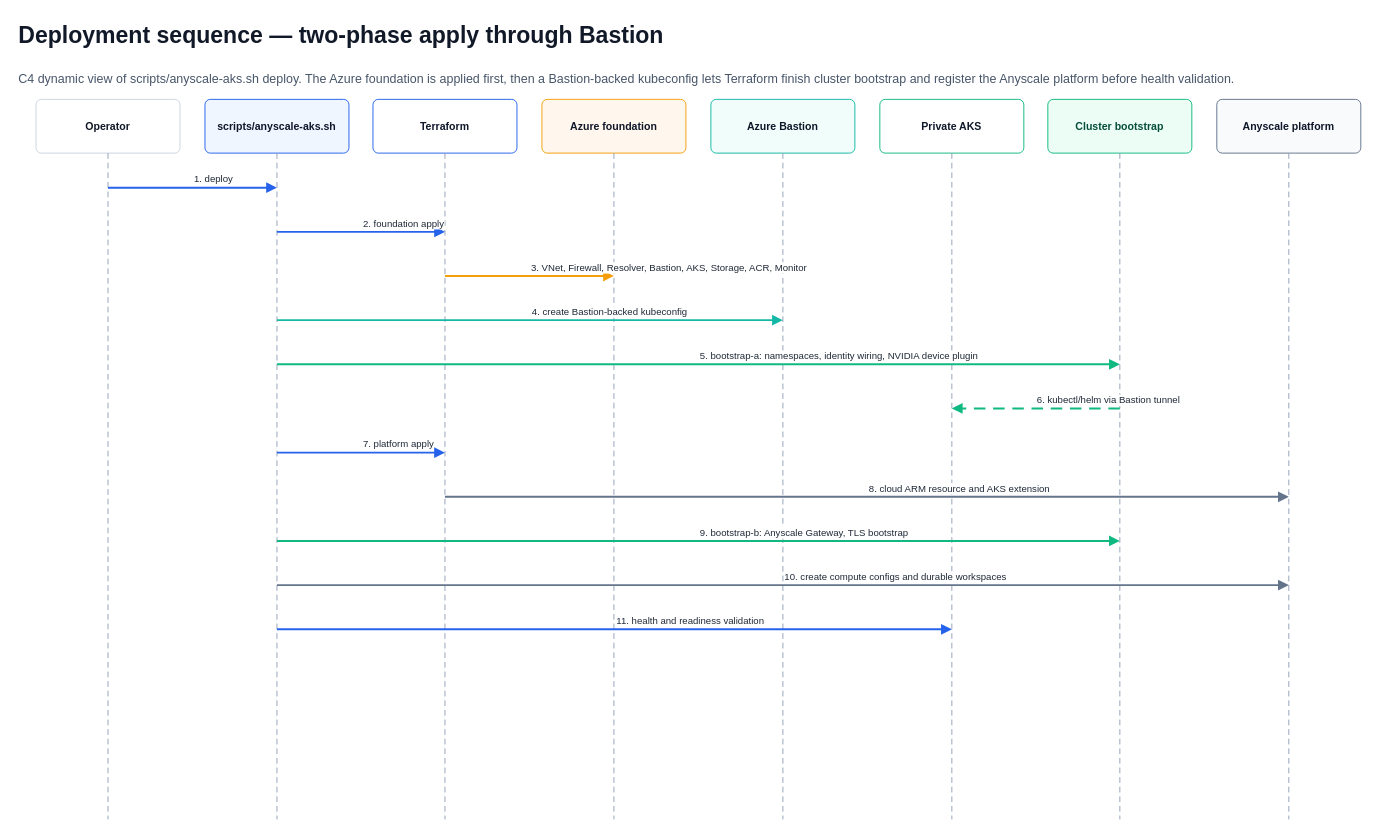
Earlier version of the draw.io diagram docs/diagrams/02-deployment-sequence.drawio (KenKilty/AKS-Anyscale-Private-Cluster-Sample). Source tidied: cells renumbered, new cells numbered last; positions are measured from the earlier drawing's top-left corner, leaving out a move shared by most shapes. Both pictures are drawn from the tidied source at 96%, with x=0, y=0 at pixel (16, 16).
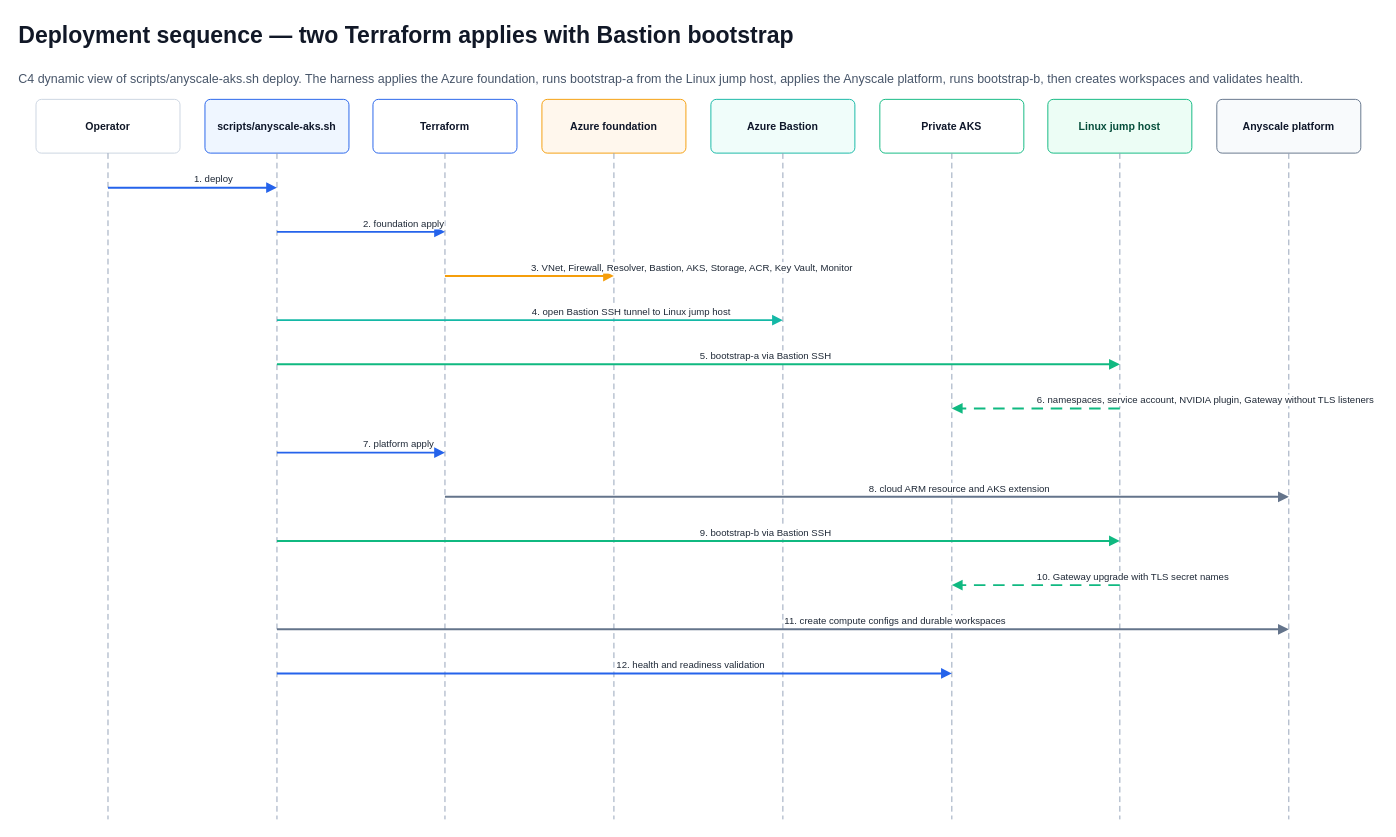
The same page after the edit.

What changed in the source:
```diff
@@
-    <mxCell id="2" value="Deployment sequence — two-phase apply through Bastion" style="text;html=1;strokeColor=none;fillColor=none;align=left;verticalAlign=middle;whiteSpace=wrap;fontFamily=Arial;fontSize=24;fontStyle=1;fontColor=#111827;" parent="1" vertex="1">
+    <mxCell id="2" value="Deployment sequence — two Terraform applies with Bastion bootstrap" style="text;html=1;strokeColor=none;fillColor=none;align=left;verticalAlign=middle;whiteSpace=wrap;fontFamily=Arial;fontSize=24;fontStyle=1;fontColor=#111827;" parent="1" vertex="1">
       <mxGeometry width="1100" height="40" as="geometry" />
     </mxCell>
-    <mxCell id="3" value="C4 dynamic view of scripts/anyscale-aks.sh deploy. The Azure foundation is applied first, then a Bastion-backed kubeconfig lets Terraform finish cluster bootstrap and register the Anyscale platform before health validation." style="text;html=1;strokeColor=none;fillColor=none;align=left;verticalAlign=middle;whiteSpace=wrap;fontFamily=Arial;fontSize=13;fontColor=#475569;" parent="1" vertex="1">
+    <mxCell id="3" value="C4 dynamic view of scripts/anyscale-aks.sh deploy. The harness applies the Azure foundation, runs bootstrap-a from the Linux jump host, applies the Anyscale platform, runs bootstrap-b, then creates workspaces and validates health." style="text;html=1;strokeColor=none;fillColor=none;align=left;verticalAlign=middle;whiteSpace=wrap;fontFamily=Arial;fontSize=13;fontColor=#475569;" parent="1" vertex="1">
       <mxGeometry y="42" width="1420" height="44" as="geometry" />
     </mxCell>
@@
-    <mxCell id="16" value="Cluster bootstrap" style="rounded=1;whiteSpace=wrap;html=1;arcSize=10;strokeColor=#10B981;fillColor=#ECFDF5;fontColor=#064E3B;fontFamily=Arial;fontSize=11;fontStyle=1;align=center;verticalAlign=middle;" parent="1" vertex="1">
+    <mxCell id="16" value="Linux jump host" style="rounded=1;whiteSpace=wrap;html=1;arcSize=10;strokeColor=#10B981;fillColor=#ECFDF5;fontColor=#064E3B;fontFamily=Arial;fontSize=11;fontStyle=1;align=center;verticalAlign=middle;" parent="1" vertex="1">
       <mxGeometry x="1074" y="86" width="150" height="56" as="geometry" />
     </mxCell>
@@
-    <mxCell id="22" value="3. VNet, Firewall, Resolver, Bastion, AKS, Storage, ACR, Monitor" style="endArrow=block;endFill=1;html=1;strokeColor=#F59E0B;strokeWidth=2;fontFamily=Arial;fontSize=10;fontColor=#1F2937;align=left;verticalAlign=bottom;labelBackgroundColor=#FFFFFF;" parent="1" edge="1">
+    <mxCell id="22" value="3. VNet, Firewall, Resolver, Bastion, AKS, Storage, ACR, Key Vault, Monitor" style="endArrow=block;endFill=1;html=1;strokeColor=#F59E0B;strokeWidth=2;fontFamily=Arial;fontSize=10;fontColor=#1F2937;align=left;verticalAlign=bottom;labelBackgroundColor=#FFFFFF;" parent="1" edge="1">
       <mxGeometry relative="1" as="geometry">
         <mxPoint x="446" y="270" as="sourcePoint" />
         <mxPoint x="622" y="270" as="targetPoint" />
       </mxGeometry>
     </mxCell>
-    <mxCell id="23" value="4. create Bastion-backed kubeconfig" style="endArrow=block;endFill=1;html=1;strokeColor=#14B8A6;strokeWidth=2;fontFamily=Arial;fontSize=10;fontColor=#1F2937;align=left;verticalAlign=bottom;labelBackgroundColor=#FFFFFF;" parent="1" edge="1">
+    <mxCell id="23" value="4. open Bastion SSH tunnel to Linux jump host" style="endArrow=block;endFill=1;html=1;strokeColor=#14B8A6;strokeWidth=2;fontFamily=Arial;fontSize=10;fontColor=#1F2937;align=left;verticalAlign=bottom;labelBackgroundColor=#FFFFFF;" parent="1" edge="1">
       <mxGeometry relative="1" as="geometry">
         <mxPoint x="271" y="316" as="sourcePoint" />
         <mxPoint x="798" y="316" as="targetPoint" />
       </mxGeometry>
     </mxCell>
-    <mxCell id="24" value="5. bootstrap-a: namespaces, identity wiring, NVIDIA device plugin" style="endArrow=block;endFill=1;html=1;strokeColor=#10B981;strokeWidth=2;fontFamily=Arial;fontSize=10;fontColor=#1F2937;align=left;verticalAlign=bottom;labelBackgroundColor=#FFFFFF;" parent="1" edge="1">
+    <mxCell id="24" value="5. bootstrap-a via Bastion SSH" style="endArrow=block;endFill=1;html=1;strokeColor=#10B981;strokeWidth=2;fontFamily=Arial;fontSize=10;fontColor=#1F2937;align=left;verticalAlign=bottom;labelBackgroundColor=#FFFFFF;" parent="1" edge="1">
       <mxGeometry relative="1" as="geometry">
         <mxPoint x="271" y="362" as="sourcePoint" />
         <mxPoint x="1149" y="362" as="targetPoint" />
       </mxGeometry>
     </mxCell>
-    <mxCell id="25" value="6. kubectl/helm via Bastion tunnel" style="endArrow=block;endFill=1;html=1;strokeColor=#10B981;strokeWidth=2;dashed=1;dashPattern=6 4;fontFamily=Arial;fontSize=10;fontColor=#1F2937;align=left;verticalAlign=bottom;labelBackgroundColor=#FFFFFF;" parent="1" edge="1">
+    <mxCell id="25" value="6. namespaces, service account, NVIDIA plugin, Gateway without TLS listeners" style="endArrow=block;endFill=1;html=1;strokeColor=#10B981;strokeWidth=2;dashed=1;dashPattern=6 4;fontFamily=Arial;fontSize=10;fontColor=#1F2937;align=left;verticalAlign=bottom;labelBackgroundColor=#FFFFFF;" parent="1" edge="1">
       <mxGeometry relative="1" as="geometry">
         <mxPoint x="1149" y="408" as="sourcePoint" />
         <mxPoint x="974" y="408" as="targetPoint" />
       </mxGeometry>
     </mxCell>
@@
-    <mxCell id="28" value="9. bootstrap-b: Anyscale Gateway, TLS bootstrap" style="endArrow=block;endFill=1;html=1;strokeColor=#10B981;strokeWidth=2;fontFamily=Arial;fontSize=10;fontColor=#1F2937;align=left;verticalAlign=bottom;labelBackgroundColor=#FFFFFF;" parent="1" edge="1">
+    <mxCell id="28" value="9. bootstrap-b via Bastion SSH" style="endArrow=block;endFill=1;html=1;strokeColor=#10B981;strokeWidth=2;fontFamily=Arial;fontSize=10;fontColor=#1F2937;align=left;verticalAlign=bottom;labelBackgroundColor=#FFFFFF;" parent="1" edge="1">
       <mxGeometry relative="1" as="geometry">
         <mxPoint x="271" y="546" as="sourcePoint" />
         <mxPoint x="1149" y="546" as="targetPoint" />
       </mxGeometry>
     </mxCell>
+    <mxCell id="31" value="10. Gateway upgrade with TLS secret names" style="endArrow=block;endFill=1;html=1;strokeColor=#10B981;strokeWidth=2;dashed=1;dashPattern=6 4;fontFamily=Arial;fontSize=10;fontColor=#1F2937;align=left;verticalAlign=bottom;labelBackgroundColor=#FFFFFF;" parent="1" edge="1">
+      <mxGeometry relative="1" as="geometry">
+        <mxPoint x="1149" y="592" as="sourcePoint" />
+        <mxPoint x="974" y="592" as="targetPoint" />
+      </mxGeometry>
+    </mxCell>
-    <mxCell id="29" value="10. create compute configs and durable workspaces" style="endArrow=block;endFill=1;html=1;strokeColor=#64748B;strokeWidth=2;fontFamily=Arial;fontSize=10;fontColor=#1F2937;align=left;verticalAlign=bottom;labelBackgroundColor=#FFFFFF;" parent="1" edge="1">
+    <mxCell id="29" value="11. create compute configs and durable workspaces" style="endArrow=block;endFill=1;html=1;strokeColor=#64748B;strokeWidth=2;fontFamily=Arial;fontSize=10;fontColor=#1F2937;align=left;verticalAlign=bottom;labelBackgroundColor=#FFFFFF;" parent="1" edge="1">
       <mxGeometry relative="1" as="geometry">
-        <mxPoint x="271" y="592" as="sourcePoint" />
-        <mxPoint x="1325" y="592" as="targetPoint" />
+        <mxPoint x="271" y="638" as="sourcePoint" />
+        <mxPoint x="1325" y="638" as="targetPoint" />
       </mxGeometry>
     </mxCell>
-    <mxCell id="30" value="11. health and readiness validation" style="endArrow=block;endFill=1;html=1;strokeColor=#2563EB;strokeWidth=2;fontFamily=Arial;fontSize=10;fontColor=#1F2937;align=left;verticalAlign=bottom;labelBackgroundColor=#FFFFFF;" parent="1" edge="1">
+    <mxCell id="30" value="12. health and readiness validation" style="endArrow=block;endFill=1;html=1;strokeColor=#2563EB;strokeWidth=2;fontFamily=Arial;fontSize=10;fontColor=#1F2937;align=left;verticalAlign=bottom;labelBackgroundColor=#FFFFFF;" parent="1" edge="1">
       <mxGeometry relative="1" as="geometry">
-        <mxPoint x="271" y="638" as="sourcePoint" />
-        <mxPoint x="974" y="638" as="targetPoint" />
+        <mxPoint x="271" y="684" as="sourcePoint" />
+        <mxPoint x="974" y="684" as="targetPoint" />
       </mxGeometry>
     </mxCell>
```
